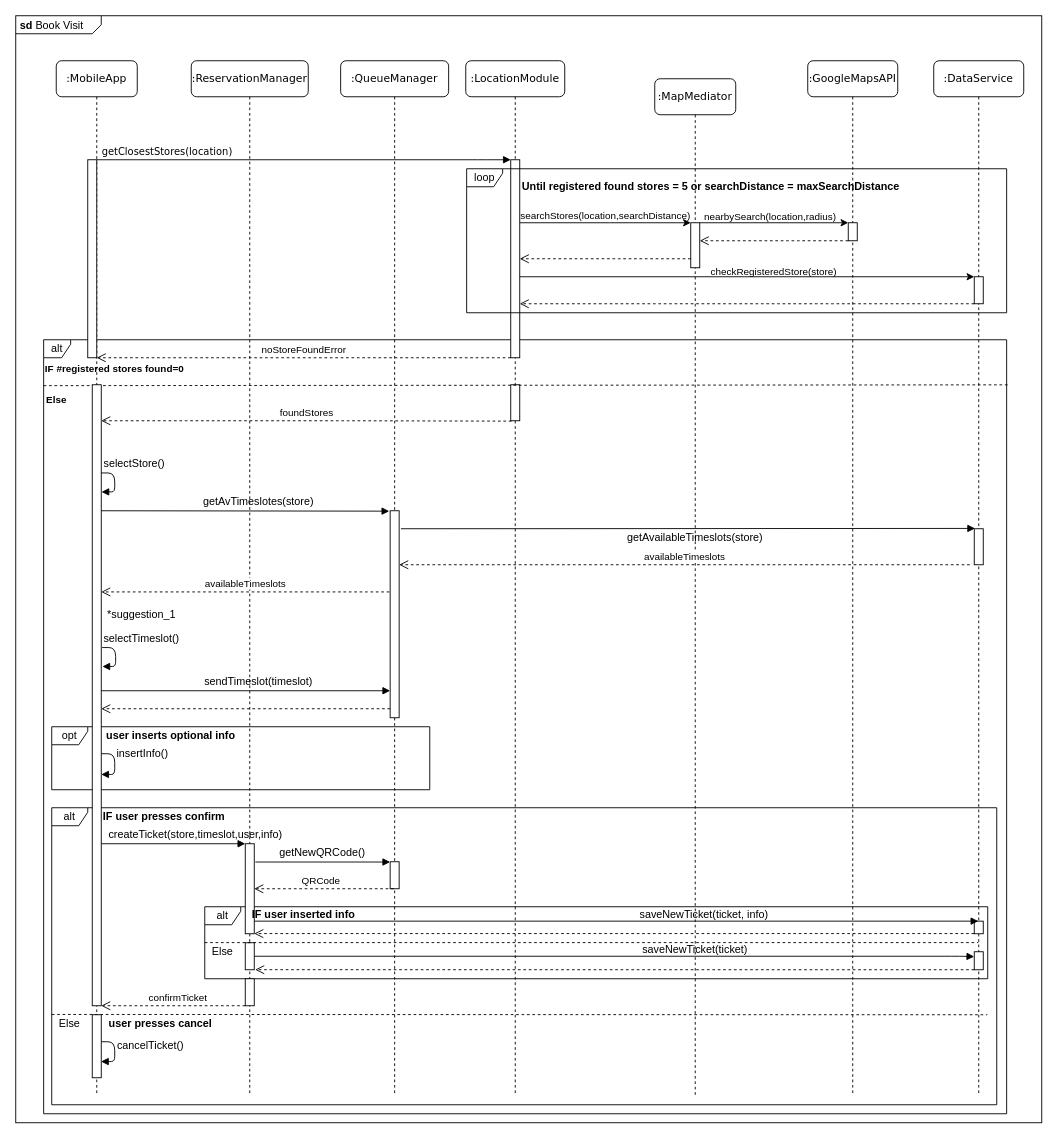
Above: Relevant DD information/Sequence Diagrams/DrawIO/bookVisitSeq.drawio in EtionPinari/PinariRomeoSbrolli (draw.io), before the change. Source tidied: cells renumbered, new cells numbered last; positions are measured from the earlier drawing's top-left corner, leaving out a move shared by most shapes. Both pictures are drawn from the tidied source at 90%, with x=0, y=0 at pixel (15, 15).
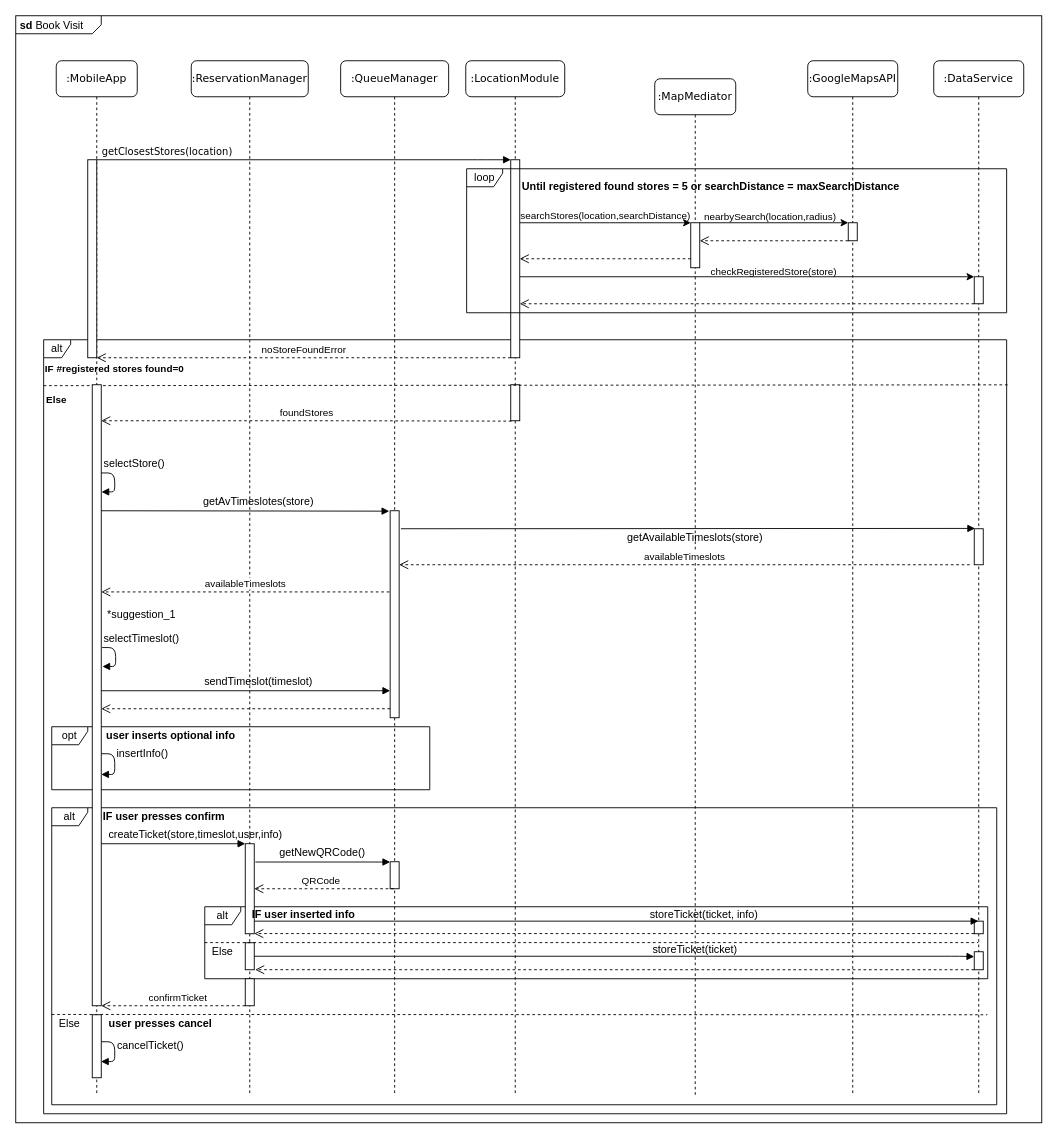
The same diagram, later.

Diff of the diagram source:
```diff
@@
-    <mxCell id="69" value="saveNewTicket(ticket, info)" style="text;html=1;strokeColor=none;fillColor=none;align=center;verticalAlign=middle;whiteSpace=wrap;rounded=0;" parent="1" vertex="1">
+    <mxCell id="69" value="storeTicket(ticket, info)" style="text;html=1;strokeColor=none;fillColor=none;align=center;verticalAlign=middle;whiteSpace=wrap;rounded=0;" parent="1" vertex="1">
       <mxGeometry x="690" y="989" width="150" height="20" as="geometry" />
     </mxCell>
@@
-    <mxCell id="75" value="saveNewTicket(ticket)" style="text;html=1;strokeColor=none;fillColor=none;align=center;verticalAlign=middle;whiteSpace=wrap;rounded=0;" parent="1" vertex="1">
+    <mxCell id="75" value="storeTicket(ticket)" style="text;html=1;strokeColor=none;fillColor=none;align=center;verticalAlign=middle;whiteSpace=wrap;rounded=0;" parent="1" vertex="1">
       <mxGeometry x="680" y="1028" width="150" height="20" as="geometry" />
     </mxCell>
```
